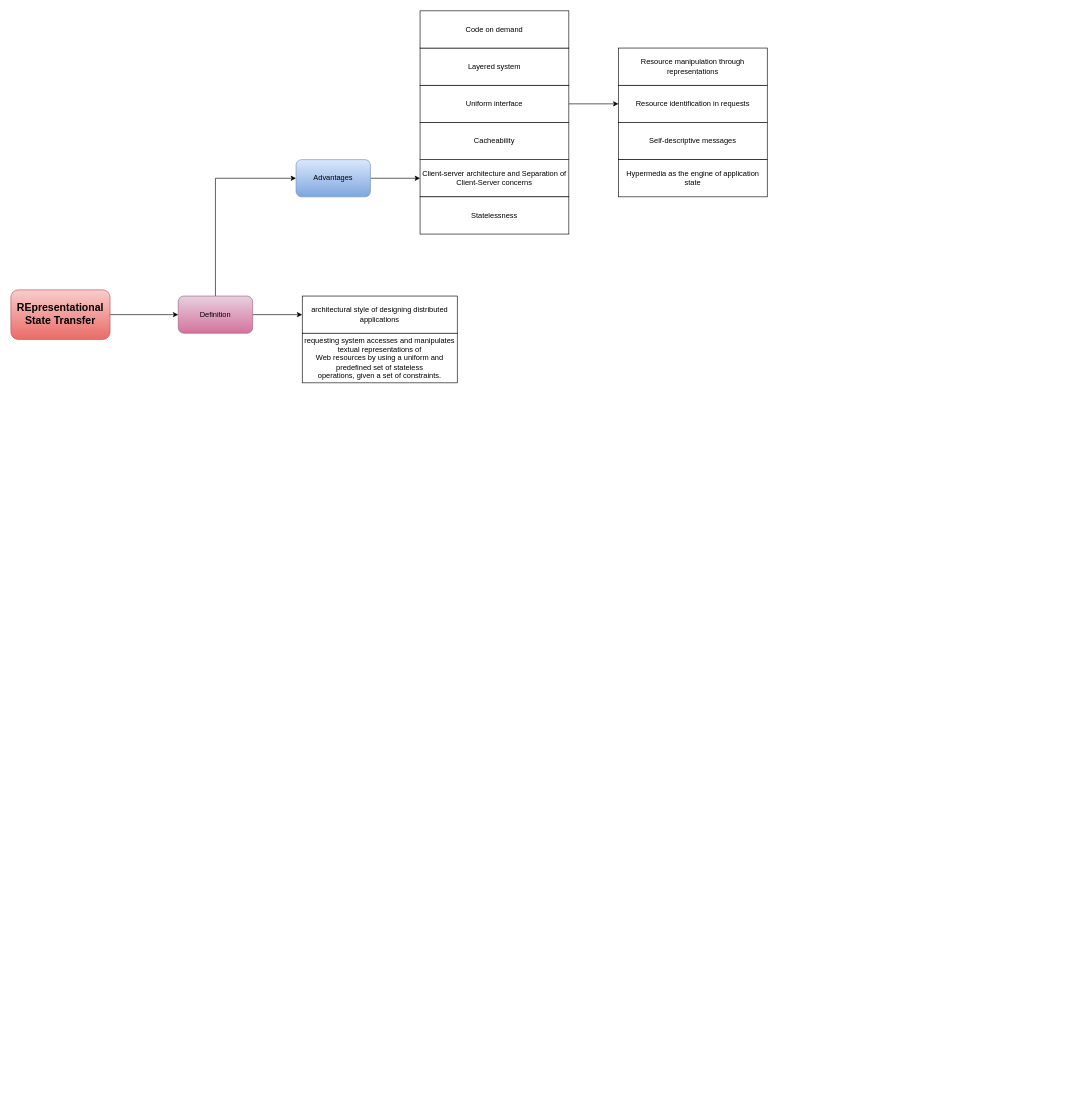
Before: spring_rest.drawio in hoanglechanhtu/SpringTutorial, a draw.io diagram. Source tidied: cells renumbered, new cells numbered last; positions are measured from the earlier drawing's top-left corner, leaving out a move shared by most shapes. Both pictures are drawn from the tidied source at 62%, with x=0, y=0 at pixel (11, 11).
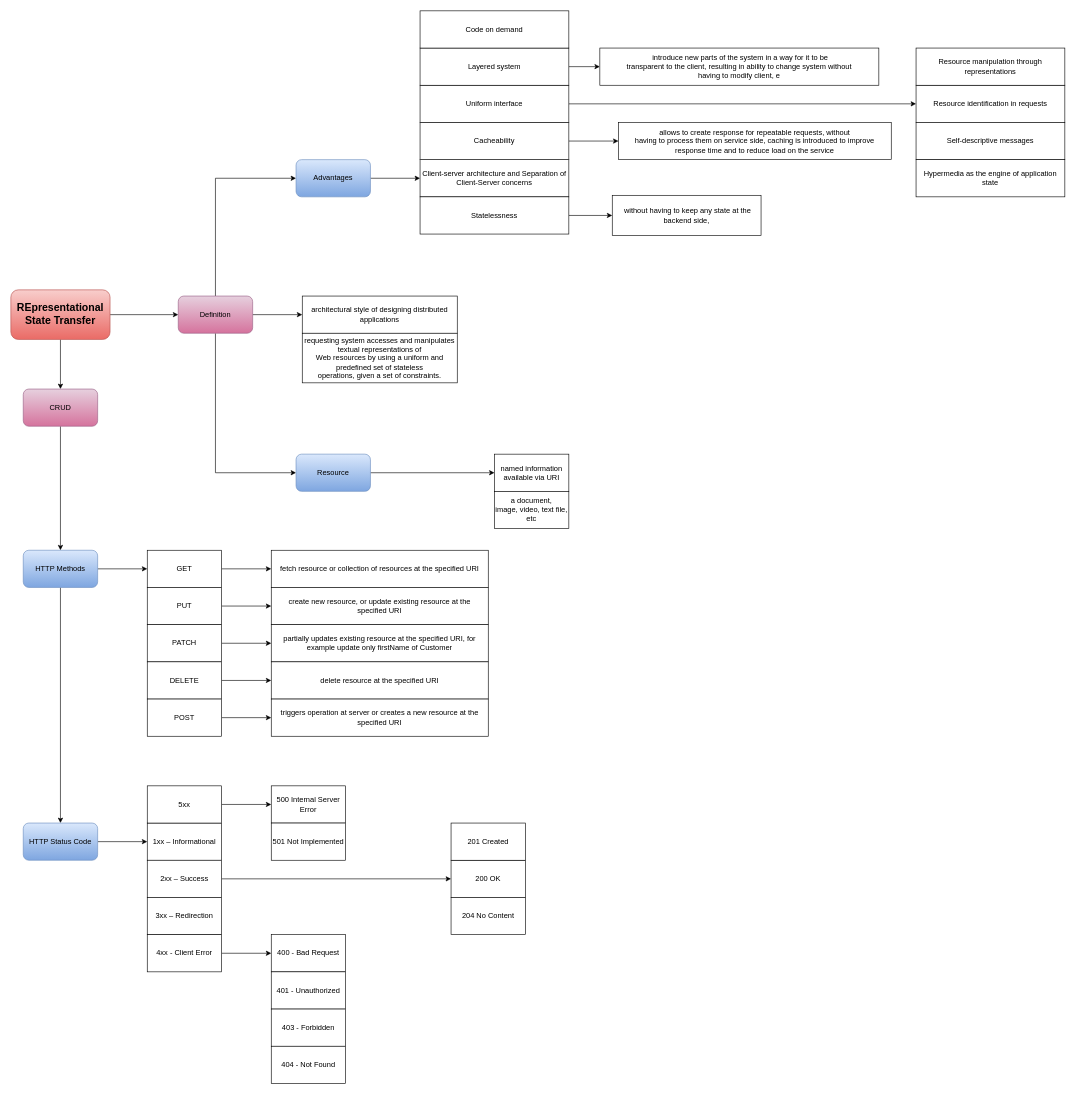
The same page after the edit.

Unchanged cells that the change refers to:
```xml
<mxCell id="3" value="&lt;b&gt;&lt;font style=&quot;font-size: 17px&quot;&gt;REpresentational State Transfer&lt;/font&gt;&lt;/b&gt;" style="rounded=1;whiteSpace=wrap;html=1;gradientColor=#ea6b66;fillColor=#f8cecc;strokeColor=#b85450;" parent="1" vertex="1">
  <mxGeometry y="450" width="160" height="80" as="geometry" />
</mxCell>
<mxCell id="6" value="Definition" style="rounded=1;whiteSpace=wrap;html=1;gradientColor=#d5739d;fillColor=#e6d0de;strokeColor=#996185;" parent="1" vertex="1">
  <mxGeometry x="270" y="460" width="120" height="60" as="geometry" />
</mxCell>
<mxCell id="12" value="Statelessness" style="rounded=0;whiteSpace=wrap;html=1;" parent="1" vertex="1">
  <mxGeometry x="660" y="300" width="240" height="60" as="geometry" />
</mxCell>
<mxCell id="13" value="Cacheability" style="rounded=0;whiteSpace=wrap;html=1;" parent="1" vertex="1">
  <mxGeometry x="660" y="180" width="240" height="60" as="geometry" />
</mxCell>
<mxCell id="20" value="Layered system" style="rounded=0;whiteSpace=wrap;html=1;" parent="1" vertex="1">
  <mxGeometry x="660" y="60" width="240" height="60" as="geometry" />
</mxCell>
```

Change to the diagram source:
```diff
@@
+    <mxCell id="22" style="edgeStyle=orthogonalEdgeStyle;rounded=0;jettySize=auto;html=1;entryX=0.5;entryY=0;entryDx=0;entryDy=0;" parent="1" edge="1" source="3" target="28">
+      <mxGeometry relative="1" as="geometry" />
+    </mxCell>
@@
+    <mxCell id="23" style="edgeStyle=orthogonalEdgeStyle;rounded=0;jettySize=auto;html=1;" parent="1" edge="1" source="6" target="67">
+      <mxGeometry relative="1" as="geometry">
+        <Array as="points">
+          <mxPoint x="330" y="745" />
+        </Array>
+      </mxGeometry>
+    </mxCell>
@@
+    <mxCell id="24" style="edgeStyle=orthogonalEdgeStyle;rounded=0;jettySize=auto;html=1;" parent="1" edge="1" source="12" target="70">
+      <mxGeometry relative="1" as="geometry" />
+    </mxCell>
@@
+    <mxCell id="25" style="edgeStyle=orthogonalEdgeStyle;rounded=0;jettySize=auto;html=1;" parent="1" edge="1" source="13" target="72">
+      <mxGeometry relative="1" as="geometry" />
+    </mxCell>
@@
     <mxCell id="16" value="Resource identification in requests" style="rounded=0;whiteSpace=wrap;html=1;" parent="1" vertex="1">
-      <mxGeometry x="980" y="120" width="240" height="60" as="geometry" />
+      <mxGeometry x="1460" y="120" width="240" height="60" as="geometry" />
     </mxCell>
     <mxCell id="17" value="Resource manipulation through representations" style="rounded=0;whiteSpace=wrap;html=1;" parent="1" vertex="1">
-      <mxGeometry x="980" y="60" width="240" height="60" as="geometry" />
+      <mxGeometry x="1460" y="60" width="240" height="60" as="geometry" />
     </mxCell>
     <mxCell id="18" value="Self-descriptive messages" style="rounded=0;whiteSpace=wrap;html=1;" parent="1" vertex="1">
-      <mxGeometry x="980" y="180" width="240" height="60" as="geometry" />
+      <mxGeometry x="1460" y="180" width="240" height="60" as="geometry" />
     </mxCell>
     <mxCell id="19" value="Hypermedia as the engine of application state" style="rounded=0;whiteSpace=wrap;html=1;" parent="1" vertex="1">
-      <mxGeometry x="980" y="240" width="240" height="60" as="geometry" />
+      <mxGeometry x="1460" y="240" width="240" height="60" as="geometry" />
     </mxCell>
+    <mxCell id="26" style="edgeStyle=orthogonalEdgeStyle;rounded=0;jettySize=auto;html=1;" parent="1" edge="1" source="20" target="71">
+      <mxGeometry relative="1" as="geometry" />
+    </mxCell>
@@
+    <mxCell id="27" style="edgeStyle=orthogonalEdgeStyle;rounded=0;jettySize=auto;html=1;" parent="1" edge="1" source="28" target="31">
+      <mxGeometry relative="1" as="geometry" />
+    </mxCell>
+    <mxCell id="28" value="CRUD" style="rounded=1;whiteSpace=wrap;html=1;gradientColor=#d5739d;fillColor=#e6d0de;strokeColor=#996185;" parent="1" vertex="1">
+      <mxGeometry x="20" y="610" width="120" height="60" as="geometry" />
+    </mxCell>
+    <mxCell id="29" style="edgeStyle=orthogonalEdgeStyle;rounded=0;jettySize=auto;html=1;" parent="1" edge="1" source="31" target="33">
+      <mxGeometry relative="1" as="geometry" />
+    </mxCell>
+    <mxCell id="30" style="edgeStyle=orthogonalEdgeStyle;rounded=0;jettySize=auto;html=1;" parent="1" edge="1" source="31" target="48">
+      <mxGeometry relative="1" as="geometry" />
+    </mxCell>
+    <mxCell id="31" value="HTTP Methods" style="rounded=1;whiteSpace=wrap;html=1;gradientColor=#7ea6e0;fillColor=#dae8fc;strokeColor=#6c8ebf;" parent="1" vertex="1">
+      <mxGeometry x="20" y="870" width="120" height="60" as="geometry" />
+    </mxCell>
+    <mxCell id="32" style="edgeStyle=orthogonalEdgeStyle;rounded=0;jettySize=auto;html=1;" parent="1" edge="1" source="33" target="34">
+      <mxGeometry relative="1" as="geometry" />
+    </mxCell>
+    <mxCell id="33" value="GET" style="rounded=0;whiteSpace=wrap;html=1;" parent="1" vertex="1">
+      <mxGeometry x="220" y="870" width="120" height="60" as="geometry" />
+    </mxCell>
+    <mxCell id="34" value="fetch resource or collection of resources at the specified URI" style="rounded=0;whiteSpace=wrap;html=1;" parent="1" vertex="1">
+      <mxGeometry x="420" y="870" width="350" height="60" as="geometry" />
+    </mxCell>
+    <mxCell id="35" style="edgeStyle=orthogonalEdgeStyle;rounded=0;jettySize=auto;html=1;" parent="1" edge="1" source="36" target="37">
+      <mxGeometry relative="1" as="geometry" />
+    </mxCell>
+    <mxCell id="36" value="PUT" style="rounded=0;whiteSpace=wrap;html=1;" parent="1" vertex="1">
+      <mxGeometry x="220" y="930" width="120" height="60" as="geometry" />
+    </mxCell>
+    <mxCell id="37" value="create new resource, or update existing resource at the&#10;specified URI" style="rounded=0;whiteSpace=wrap;html=1;" parent="1" vertex="1">
+      <mxGeometry x="420" y="930" width="350" height="60" as="geometry" />
+    </mxCell>
+    <mxCell id="38" style="edgeStyle=orthogonalEdgeStyle;rounded=0;jettySize=auto;html=1;" parent="1" edge="1" source="39" target="40">
+      <mxGeometry relative="1" as="geometry" />
+    </mxCell>
+    <mxCell id="39" value="PATCH" style="rounded=0;whiteSpace=wrap;html=1;" parent="1" vertex="1">
+      <mxGeometry x="220" y="990" width="120" height="60" as="geometry" />
+    </mxCell>
+    <mxCell id="40" value="partially updates existing resource at the specified URI, for&#10;example update only firstName of Customer" style="rounded=0;whiteSpace=wrap;html=1;" parent="1" vertex="1">
+      <mxGeometry x="420" y="990" width="350" height="60" as="geometry" />
+    </mxCell>
+    <mxCell id="41" style="edgeStyle=orthogonalEdgeStyle;rounded=0;jettySize=auto;html=1;" parent="1" edge="1" source="42" target="43">
+      <mxGeometry relative="1" as="geometry" />
+    </mxCell>
+    <mxCell id="42" value="DELETE" style="rounded=0;whiteSpace=wrap;html=1;" parent="1" vertex="1">
+      <mxGeometry x="220" y="1050" width="120" height="60" as="geometry" />
+    </mxCell>
+    <mxCell id="43" value="delete resource at the specified URI" style="rounded=0;whiteSpace=wrap;html=1;" parent="1" vertex="1">
+      <mxGeometry x="420" y="1050" width="350" height="60" as="geometry" />
+    </mxCell>
+    <mxCell id="44" style="edgeStyle=orthogonalEdgeStyle;rounded=0;jettySize=auto;html=1;" parent="1" edge="1" source="45" target="46">
+      <mxGeometry relative="1" as="geometry" />
+    </mxCell>
+    <mxCell id="45" value="POST" style="rounded=0;whiteSpace=wrap;html=1;" parent="1" vertex="1">
+      <mxGeometry x="220" y="1110" width="120" height="60" as="geometry" />
+    </mxCell>
+    <mxCell id="46" value="triggers operation at server or creates a new resource at the&#10;specified URI" style="rounded=0;whiteSpace=wrap;html=1;" parent="1" vertex="1">
+      <mxGeometry x="420" y="1110" width="350" height="60" as="geometry" />
+    </mxCell>
+    <mxCell id="47" style="edgeStyle=orthogonalEdgeStyle;rounded=0;jettySize=auto;html=1;" parent="1" edge="1" source="48" target="49">
+      <mxGeometry relative="1" as="geometry" />
+    </mxCell>
+    <mxCell id="48" value="HTTP Status Code" style="rounded=1;whiteSpace=wrap;html=1;gradientColor=#7ea6e0;fillColor=#dae8fc;strokeColor=#6c8ebf;" parent="1" vertex="1">
+      <mxGeometry x="20" y="1310" width="120" height="60" as="geometry" />
+    </mxCell>
+    <mxCell id="49" value="1xx – Informational" style="rounded=0;whiteSpace=wrap;html=1;" parent="1" vertex="1">
+      <mxGeometry x="220" y="1310" width="120" height="60" as="geometry" />
+    </mxCell>
+    <mxCell id="50" style="edgeStyle=orthogonalEdgeStyle;rounded=0;jettySize=auto;html=1;" parent="1" edge="1" source="51" target="52">
+      <mxGeometry relative="1" as="geometry" />
+    </mxCell>
+    <mxCell id="51" value="2xx – Success" style="rounded=0;whiteSpace=wrap;html=1;" parent="1" vertex="1">
+      <mxGeometry x="220" y="1370" width="120" height="60" as="geometry" />
+    </mxCell>
+    <mxCell id="52" value="200 OK" style="rounded=0;whiteSpace=wrap;html=1;" parent="1" vertex="1">
+      <mxGeometry x="710" y="1370" width="120" height="60" as="geometry" />
+    </mxCell>
+    <mxCell id="53" value="201 Created" style="rounded=0;whiteSpace=wrap;html=1;" parent="1" vertex="1">
+      <mxGeometry x="710" y="1310" width="120" height="60" as="geometry" />
+    </mxCell>
+    <mxCell id="54" value="204 No Content" style="rounded=0;whiteSpace=wrap;html=1;" parent="1" vertex="1">
+      <mxGeometry x="710" y="1430" width="120" height="60" as="geometry" />
+    </mxCell>
+    <mxCell id="55" value="3xx – Redirection" style="rounded=0;whiteSpace=wrap;html=1;" parent="1" vertex="1">
+      <mxGeometry x="220" y="1430" width="120" height="60" as="geometry" />
+    </mxCell>
+    <mxCell id="56" style="edgeStyle=orthogonalEdgeStyle;rounded=0;jettySize=auto;html=1;" parent="1" edge="1" source="57" target="58">
+      <mxGeometry relative="1" as="geometry" />
+    </mxCell>
+    <mxCell id="57" value="4xx - Client Error" style="rounded=0;whiteSpace=wrap;html=1;" parent="1" vertex="1">
+      <mxGeometry x="220" y="1490" width="120" height="60" as="geometry" />
+    </mxCell>
+    <mxCell id="58" value="400 - Bad Request" style="rounded=0;whiteSpace=wrap;html=1;" parent="1" vertex="1">
+      <mxGeometry x="420" y="1490" width="120" height="60" as="geometry" />
+    </mxCell>
+    <mxCell id="59" value="401 - Unauthorized" style="rounded=0;whiteSpace=wrap;html=1;" parent="1" vertex="1">
+      <mxGeometry x="420" y="1550" width="120" height="60" as="geometry" />
+    </mxCell>
+    <mxCell id="60" value="403 - Forbidden" style="rounded=0;whiteSpace=wrap;html=1;" parent="1" vertex="1">
+      <mxGeometry x="420" y="1610" width="120" height="60" as="geometry" />
+    </mxCell>
+    <mxCell id="61" value="404 - Not Found" style="rounded=0;whiteSpace=wrap;html=1;" parent="1" vertex="1">
+      <mxGeometry x="420" y="1670" width="120" height="60" as="geometry" />
+    </mxCell>
+    <mxCell id="62" style="edgeStyle=orthogonalEdgeStyle;rounded=0;jettySize=auto;html=1;" parent="1" edge="1" source="63" target="64">
+      <mxGeometry relative="1" as="geometry" />
+    </mxCell>
+    <mxCell id="63" value="5xx" style="rounded=0;whiteSpace=wrap;html=1;" parent="1" vertex="1">
+      <mxGeometry x="220" y="1250" width="120" height="60" as="geometry" />
+    </mxCell>
+    <mxCell id="64" value="500 Internal Server Error" style="rounded=0;whiteSpace=wrap;html=1;" parent="1" vertex="1">
+      <mxGeometry x="420" y="1250" width="120" height="60" as="geometry" />
+    </mxCell>
+    <mxCell id="65" value="501 Not Implemented" style="rounded=0;whiteSpace=wrap;html=1;" parent="1" vertex="1">
+      <mxGeometry x="420" y="1310" width="120" height="60" as="geometry" />
+    </mxCell>
+    <mxCell id="66" style="edgeStyle=orthogonalEdgeStyle;rounded=0;jettySize=auto;html=1;" parent="1" edge="1" source="67" target="68">
+      <mxGeometry relative="1" as="geometry" />
+    </mxCell>
+    <mxCell id="67" value="Resource" style="rounded=1;whiteSpace=wrap;html=1;gradientColor=#7ea6e0;fillColor=#dae8fc;strokeColor=#6c8ebf;" parent="1" vertex="1">
+      <mxGeometry x="460" y="715" width="120" height="60" as="geometry" />
+    </mxCell>
+    <mxCell id="68" value="named information available via URI" style="rounded=0;whiteSpace=wrap;html=1;" parent="1" vertex="1">
+      <mxGeometry x="780" y="715" width="120" height="60" as="geometry" />
+    </mxCell>
+    <mxCell id="69" value="a document,&#10;image, video, text file, etc" style="rounded=0;whiteSpace=wrap;html=1;" parent="1" vertex="1">
+      <mxGeometry x="780" y="775" width="120" height="60" as="geometry" />
+    </mxCell>
+    <mxCell id="70" value="&amp;nbsp;without having to keep any state at the backend side,&lt;br&gt;" style="rounded=0;whiteSpace=wrap;html=1;" parent="1" vertex="1">
+      <mxGeometry x="970" y="297.5" width="240" height="65" as="geometry" />
+    </mxCell>
+    <mxCell id="71" value="&amp;nbsp;introduce new parts of the system in a way for it to be&lt;br&gt;transparent to the client, resulting in ability to change system without&lt;br&gt;having to modify client, e" style="rounded=0;whiteSpace=wrap;html=1;" parent="1" vertex="1">
+      <mxGeometry x="950" y="60" width="450" height="60" as="geometry" />
+    </mxCell>
+    <mxCell id="72" value="allows to create response for repeatable requests, without&#10;having to process them on service side, caching is introduced to improve&#10;response time and to reduce load on the service" style="rounded=0;whiteSpace=wrap;html=1;" parent="1" vertex="1">
+      <mxGeometry x="980" y="180" width="440" height="60" as="geometry" />
+    </mxCell>
```
